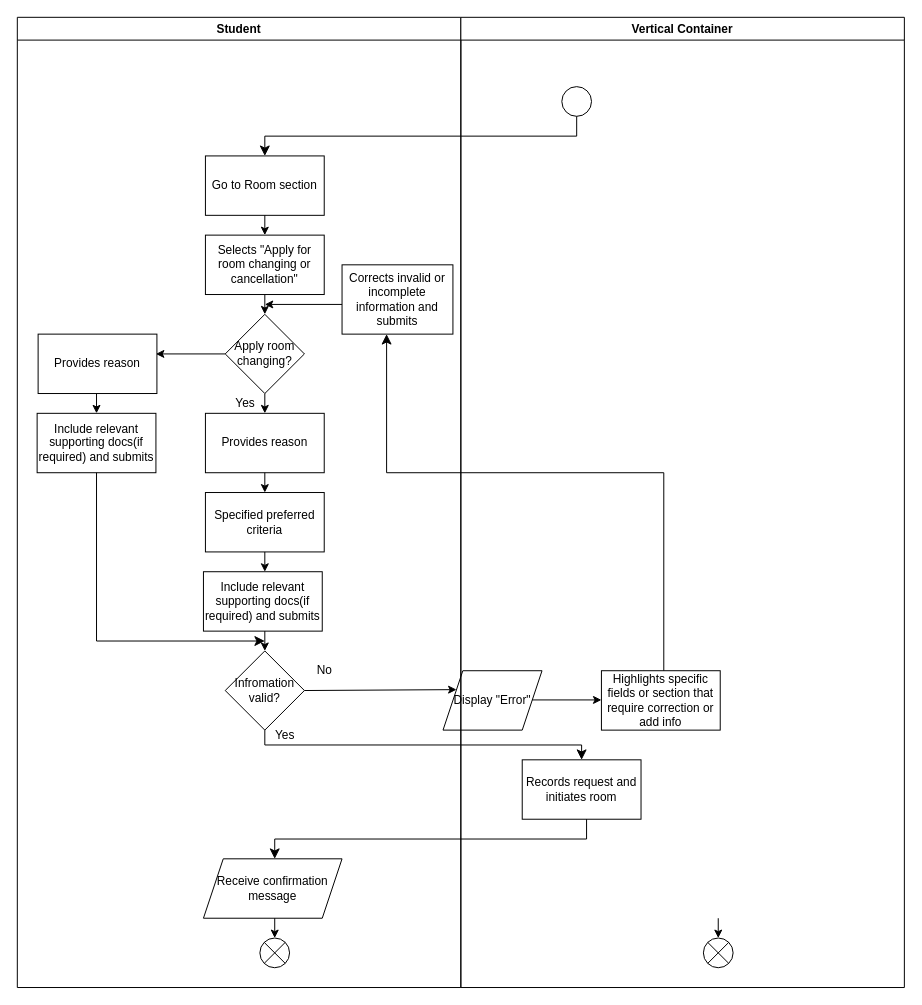
The draw.io diagram project/drawio/stakeholder/activity diagram/uc11.drawio in drshahizan/software-engineering, before the edit. Source tidied: cells renumbered, new cells numbered last; positions are measured from the earlier drawing's top-left corner, leaving out a move shared by most shapes. Both pictures are drawn from the tidied source at 99%, with x=0, y=0 at pixel (17, 17).
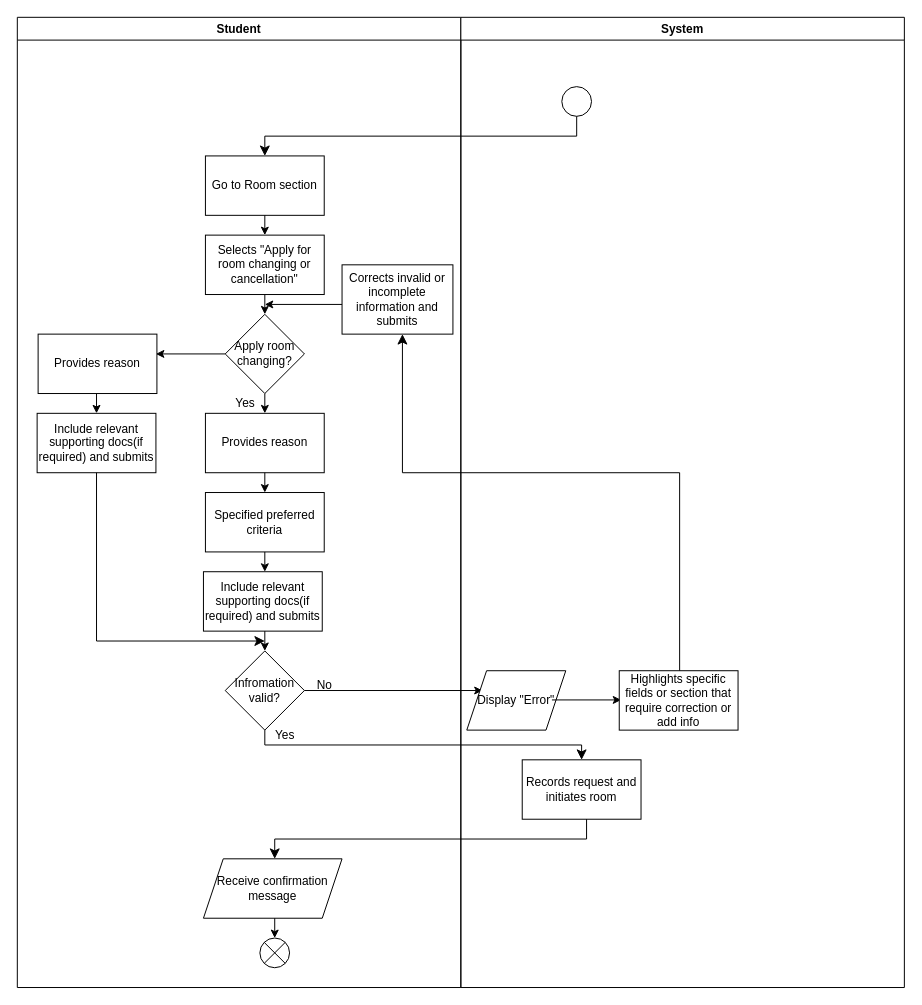
Above is the later version.

Unchanged cells that the change refers to:
```xml
<mxCell id="35" value="Student" style="swimlane;whiteSpace=wrap;html=1;" parent="1" vertex="1">
  <mxGeometry width="448" height="980" as="geometry" />
</mxCell>
<mxCell id="38" value="Corrects invalid or incomplete information and submits" style="rounded=0;whiteSpace=wrap;html=1;" parent="35" vertex="1">
  <mxGeometry x="328" y="250" width="112" height="70" as="geometry" />
</mxCell>
```

The edit, as a diff of the source:
```diff
@@
-    <mxCell id="28" style="endArrow=classic;html=1;entryX=0;entryY=0.25;entryDx=0;entryDy=0;" parent="1" edge="1" target="30">
+    <mxCell id="28" style="endArrow=classic;html=1;" parent="1" edge="1">
       <mxGeometry relative="1" as="geometry">
         <mxPoint x="290" y="680" as="sourcePoint" />
+        <mxPoint x="470" y="680" as="targetPoint" />
       </mxGeometry>
     </mxCell>
-    <mxCell id="29" value="No" style="text;html=1;align=center;verticalAlign=middle;strokeColor=none;fillColor=none;" parent="1" vertex="1">
-      <mxGeometry x="290" y="645" width="40" height="30" as="geometry" />
-    </mxCell>
     <mxCell id="30" value="Display &quot;Error&quot;" style="shape=parallelogram;perimeter=parallelogramPerimeter;whiteSpace=wrap;html=1;fixedSize=1;" parent="1" vertex="1">
-      <mxGeometry x="430" y="660" width="100" height="60" as="geometry" />
+      <mxGeometry x="454" y="660" width="100" height="60" as="geometry" />
     </mxCell>
     <mxCell id="31" style="endArrow=classic;html=1;" parent="1" edge="1">
       <mxGeometry relative="1" as="geometry">
-        <mxPoint x="520" y="689.5" as="sourcePoint" />
-        <mxPoint x="590" y="689.5" as="targetPoint" />
+        <mxPoint x="540" y="689.5" as="sourcePoint" />
+        <mxPoint x="610" y="689.5" as="targetPoint" />
       </mxGeometry>
     </mxCell>
     <mxCell id="32" value="Highlights specific fields or section that require correction or add info" style="rounded=0;whiteSpace=wrap;html=1;" parent="1" vertex="1">
-      <mxGeometry x="590" y="660" width="120" height="60" as="geometry" />
+      <mxGeometry x="608" y="660" width="120" height="60" as="geometry" />
     </mxCell>
-    <mxCell id="33" style="edgeStyle=elbowEdgeStyle;elbow=vertical;endArrow=classic;html=1;curved=0;rounded=0;endSize=8;startSize=8;" parent="1" edge="1" target="38">
+    <mxCell id="33" style="edgeStyle=elbowEdgeStyle;elbow=vertical;endArrow=classic;html=1;curved=0;rounded=0;endSize=8;startSize=8;" parent="1" edge="1">
       <mxGeometry relative="1" as="geometry">
-        <mxPoint x="653" y="660" as="sourcePoint" />
+        <mxPoint x="669" y="660" as="sourcePoint" />
+        <mxPoint x="389" y="320" as="targetPoint" />
         <Array as="points">
-          <mxPoint x="373" y="460" />
+          <mxPoint x="389" y="460" />
         </Array>
       </mxGeometry>
     </mxCell>
@@
+    <mxCell id="29" value="No" style="text;html=1;align=center;verticalAlign=middle;strokeColor=none;fillColor=none;" parent="35" vertex="1">
+      <mxGeometry x="290" y="660" width="40" height="30" as="geometry" />
+    </mxCell>
-    <mxCell id="39" value="Vertical Container" style="swimlane;whiteSpace=wrap;html=1;" parent="1" vertex="1">
+    <mxCell id="39" value="System" style="swimlane;whiteSpace=wrap;html=1;" parent="1" vertex="1">
       <mxGeometry x="448" width="448" height="980" as="geometry" />
     </mxCell>
-    <mxCell id="40" style="endArrow=classic;html=1;" parent="39" edge="1">
-      <mxGeometry relative="1" as="geometry">
-        <mxPoint x="260" y="910" as="sourcePoint" />
-        <mxPoint x="260" y="930" as="targetPoint" />
-      </mxGeometry>
-    </mxCell>
-    <mxCell id="41" style="shape=sumEllipse;perimeter=ellipsePerimeter;whiteSpace=wrap;html=1;backgroundOutline=1;" parent="39" vertex="1">
-      <mxGeometry x="245" y="930" width="30" height="30" as="geometry" />
-    </mxCell>
```
